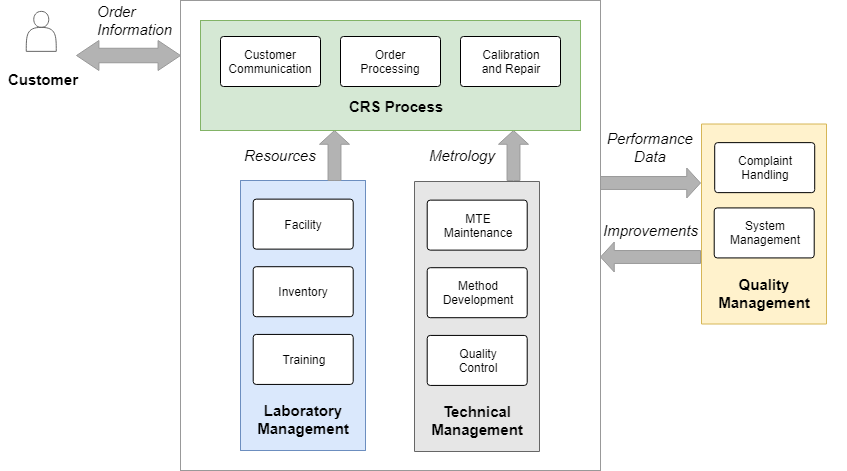
Before: CRS Processes 2019.png, a diagram exported from draw.io (Haori/test-one). Source tidied: cells renumbered, new cells last; positions are measured from the earlier drawing's top-left corner, leaving out a move shared by most shapes.
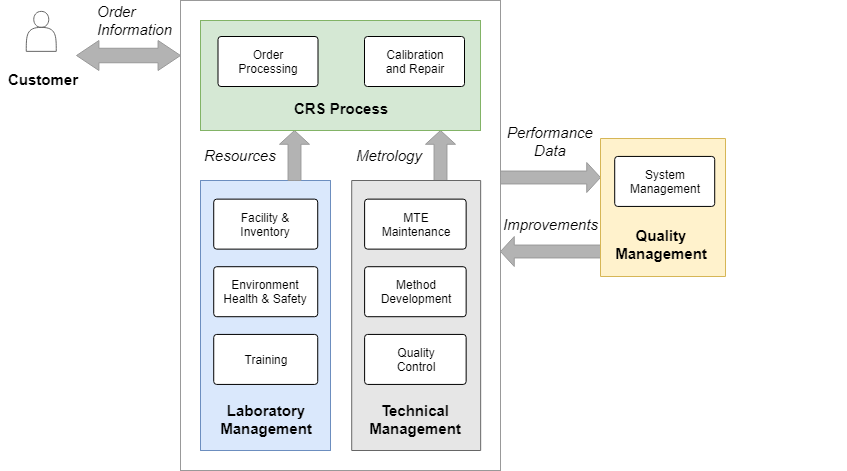
Later version of the same file.

Diff of the diagram source:
```diff
@@ -3,55 +3,46 @@
     <mxCell id="0" />
     <mxCell id="1" parent="0" />
     <mxCell id="2" style="whiteSpace=wrap;html=1;strokeColor=#999999;strokeWidth=1;fillColor=none;gradientColor=none;fontSize=15;" parent="1" vertex="1">
-      <mxGeometry x="180" width="420" height="470" as="geometry" />
+      <mxGeometry x="180" width="320" height="470" as="geometry" />
     </mxCell>
     <mxCell id="3" style="group;" parent="1" vertex="1">
-      <mxGeometry x="240" y="180" width="125" height="270" as="geometry" />
+      <mxGeometry x="200" y="180" width="130" height="270" as="geometry" />
     </mxCell>
     <mxCell id="4" style="group;fillColor=#dae8fc;strokeColor=#6c8ebf;" parent="3" vertex="1">
-      <mxGeometry width="125" height="270" as="geometry" />
+      <mxGeometry width="130" height="270" as="geometry" />
     </mxCell>
     <mxCell id="5" style="whiteSpace=wrap;html=1;fillColor=#dae8fc;strokeColor=#6c8ebf;direction=south;" parent="3" vertex="1">
-      <mxGeometry width="125" height="270" as="geometry" />
+      <mxGeometry width="130" height="270" as="geometry" />
     </mxCell>
-    <mxCell id="6" value="Facility" style="strokeWidth=1;html=1;shape=mxgraph.flowchart.process;whiteSpace=wrap;" parent="3" vertex="1">
-      <mxGeometry x="12.7" y="18.6" width="100" height="50" as="geometry" />
+    <mxCell id="6" value="Facility &amp;amp;&lt;br&gt;Inventory&lt;br&gt;" style="strokeWidth=1;html=1;shape=mxgraph.flowchart.process;whiteSpace=wrap;" parent="3" vertex="1">
+      <mxGeometry x="13.2" y="18.6" width="104" height="50" as="geometry" />
     </mxCell>
     <mxCell id="7" value="Training" style="strokeWidth=1;html=1;shape=mxgraph.flowchart.process;whiteSpace=wrap;" parent="3" vertex="1">
-      <mxGeometry x="12.7" y="153.9" width="100" height="50" as="geometry" />
+      <mxGeometry x="13.2" y="153.9" width="104" height="50" as="geometry" />
     </mxCell>
-    <mxCell id="8" value="Inventory" style="strokeWidth=1;html=1;shape=mxgraph.flowchart.process;whiteSpace=wrap;direction=west;" parent="3" vertex="1">
-      <mxGeometry x="12.7" y="86.2" width="100" height="50" as="geometry" />
+    <mxCell id="8" value="Environment&lt;br&gt;Health &amp;amp; Safety&lt;br&gt;" style="strokeWidth=1;html=1;shape=mxgraph.flowchart.process;whiteSpace=wrap;direction=west;" parent="3" vertex="1">
+      <mxGeometry x="13.2" y="86.2" width="104" height="50" as="geometry" />
     </mxCell>
     <mxCell id="9" value="&lt;font style=&quot;font-size: 15px&quot;&gt;&lt;b&gt;Laboratory&lt;/b&gt;&lt;/font&gt;&lt;div&gt;&lt;font style=&quot;font-size: 15px&quot;&gt;&lt;b&gt;Management&lt;/b&gt;&lt;/font&gt;&lt;/div&gt;" style="text;html=1;strokeColor=none;fillColor=none;align=center;verticalAlign=middle;whiteSpace=wrap;" parent="3" vertex="1">
-      <mxGeometry x="13" y="219" width="100" height="40" as="geometry" />
+      <mxGeometry x="13.5" y="219" width="104" height="40" as="geometry" />
     </mxCell>
     <mxCell id="10" value="&lt;i&gt;Resources&lt;/i&gt;" style="verticalLabelPosition=middle;verticalAlign=middle;html=1;strokeWidth=1;shape=mxgraph.arrows2.arrow;dy=0.57;dx=13.75;notch=0;fillColor=#B3B3B3;gradientColor=none;fontSize=15;direction=north;labelPosition=left;align=right;strokeColor=#999999;" parent="1" vertex="1">
-      <mxGeometry x="319" y="130" width="30" height="50" as="geometry" />
+      <mxGeometry x="279" y="130" width="30" height="50" as="geometry" />
     </mxCell>
     <mxCell id="11" value="&lt;i&gt;Metrology&lt;/i&gt;" style="verticalLabelPosition=middle;verticalAlign=middle;html=1;strokeWidth=1;shape=mxgraph.arrows2.arrow;dy=0.57;dx=13.75;notch=0;fillColor=#B3B3B3;gradientColor=none;fontSize=15;direction=north;labelPosition=left;align=right;strokeColor=#999999;" parent="1" vertex="1">
-      <mxGeometry x="498" y="130" width="30" height="50" as="geometry" />
+      <mxGeometry x="425" y="130" width="30" height="50" as="geometry" />
     </mxCell>
-    <mxCell id="12" value="&lt;i&gt;&lt;font style=&quot;font-size: 15px&quot;&gt;Improvements&lt;/font&gt;&lt;/i&gt;" style="verticalLabelPosition=top;verticalAlign=bottom;html=1;strokeWidth=1;shape=mxgraph.arrows2.arrow;dy=0.57;dx=13.75;notch=0;fillColor=#B3B3B3;gradientColor=none;fontSize=15;direction=west;labelPosition=center;align=center;strokeColor=#999999;" parent="1" vertex="1">
-      <mxGeometry x="600" y="241.5" width="100" height="30" as="geometry" />
-    </mxCell>
-    <mxCell id="13" value="&lt;i&gt;&lt;font style=&quot;font-size: 15px&quot;&gt;Performance&lt;/font&gt;&lt;/i&gt;&lt;div&gt;&lt;i&gt;&lt;font style=&quot;font-size: 15px&quot;&gt;Data&lt;/font&gt;&lt;/i&gt;&lt;/div&gt;" style="verticalLabelPosition=top;verticalAlign=bottom;html=1;strokeWidth=1;shape=mxgraph.arrows2.arrow;dy=0.57;dx=13.75;notch=0;fillColor=#B3B3B3;gradientColor=none;fontSize=15;direction=east;labelPosition=center;align=center;strokeColor=#999999;" parent="1" vertex="1">
-      <mxGeometry x="600" y="167.5" width="100" height="30" as="geometry" />
-    </mxCell>
     <mxCell id="14" style="group;" parent="1" vertex="1">
       <mxGeometry x="200" y="20" width="380" height="110" as="geometry" />
     </mxCell>
     <mxCell id="15" style="whiteSpace=wrap;html=1;fillColor=#d5e8d4;strokeColor=#82b366;fontStyle=4;" parent="14" vertex="1">
-      <mxGeometry width="380" height="110" as="geometry" />
+      <mxGeometry width="280" height="110" as="geometry" />
     </mxCell>
     <mxCell id="16" value="Order&lt;div&gt;&lt;span&gt;Processing&lt;/span&gt;&lt;/div&gt;" style="strokeWidth=1;html=1;shape=mxgraph.flowchart.process;whiteSpace=wrap;fillColor=#ffffff;strokeColor=#000000;gradientDirection=east;fontStyle=0;" parent="14" vertex="1">
-      <mxGeometry x="140" y="16" width="100" height="50" as="geometry" />
+      <mxGeometry x="17.5" y="16" width="100" height="50" as="geometry" />
     </mxCell>
-    <mxCell id="17" value="Customer&lt;div&gt;Communication&lt;/div&gt;" style="strokeWidth=1;html=1;shape=mxgraph.flowchart.process;whiteSpace=wrap;fillColor=#ffffff;strokeColor=#000000;gradientDirection=east;fontStyle=0;" parent="14" vertex="1">
-      <mxGeometry x="20" y="16" width="100" height="50" as="geometry" />
-    </mxCell>
     <mxCell id="18" value="&lt;font style=&quot;font-size: 15px&quot;&gt;&lt;b&gt;CRS Process&lt;/b&gt;&lt;/font&gt;" style="text;html=1;strokeColor=none;fillColor=none;align=center;verticalAlign=middle;whiteSpace=wrap;" parent="14" vertex="1">
-      <mxGeometry x="140" y="76" width="110" height="20" as="geometry" />
+      <mxGeometry x="85" y="78" width="110" height="20" as="geometry" />
     </mxCell>
     <mxCell id="19" style="group;" parent="1" vertex="1">
       <mxGeometry width="250" height="91" as="geometry" />
@@ -74,38 +65,41 @@
     <mxCell id="25" style="group;" parent="1" vertex="1">
       <mxGeometry x="721" y="62" width="125" height="270" as="geometry" />
     </mxCell>
-    <mxCell id="26" style="whiteSpace=wrap;html=1;fillColor=#fff2cc;strokeColor=#d6b656;direction=south;" parent="25" vertex="1">
-      <mxGeometry x="-20" y="61.5" width="125" height="200" as="geometry" />
-    </mxCell>
-    <mxCell id="27" value="Complaint&lt;div&gt;Handling&lt;/div&gt;" style="strokeWidth=1;html=1;shape=mxgraph.flowchart.process;whiteSpace=wrap;" parent="25" vertex="1">
-      <mxGeometry x="-6.8" y="80.1" width="100" height="50" as="geometry" />
-    </mxCell>
-    <mxCell id="28" value="System&lt;div&gt;Management&lt;/div&gt;" style="strokeWidth=1;html=1;shape=mxgraph.flowchart.process;whiteSpace=wrap;" parent="25" vertex="1">
-      <mxGeometry x="-7.3" y="145.4" width="100" height="50" as="geometry" />
-    </mxCell>
-    <mxCell id="29" value="&lt;font style=&quot;font-size: 15px&quot;&gt;&lt;b&gt;Quality&lt;/b&gt;&lt;/font&gt;&lt;div&gt;&lt;font style=&quot;font-size: 15px&quot;&gt;&lt;b&gt;Management&lt;/b&gt;&lt;/font&gt;&lt;/div&gt;" style="text;html=1;strokeColor=none;fillColor=none;align=center;verticalAlign=middle;whiteSpace=wrap;" parent="25" vertex="1">
-      <mxGeometry x="-7" y="210.5" width="100" height="40" as="geometry" />
-    </mxCell>
     <mxCell id="30" style="group;" parent="1" vertex="1">
-      <mxGeometry x="414" y="181" width="145" height="289" as="geometry" />
+      <mxGeometry x="338" y="180" width="132" height="289" as="geometry" />
     </mxCell>
     <mxCell id="31" style="whiteSpace=wrap;html=1;fillColor=#E6E6E6;strokeColor=#666666;direction=south;" parent="30" vertex="1">
-      <mxGeometry width="125" height="270" as="geometry" />
+      <mxGeometry x="13.2" width="129" height="270" as="geometry" />
     </mxCell>
     <mxCell id="32" value="MTE&lt;div&gt;Maintenance&lt;/div&gt;" style="strokeWidth=1;html=1;shape=mxgraph.flowchart.process;whiteSpace=wrap;" parent="30" vertex="1">
-      <mxGeometry x="12.7" y="18.6" width="100" height="50" as="geometry" />
+      <mxGeometry x="26.1" y="18.6" width="101.5" height="50" as="geometry" />
     </mxCell>
     <mxCell id="33" value="Quality&lt;div&gt;Control&lt;/div&gt;" style="strokeWidth=1;html=1;shape=mxgraph.flowchart.process;whiteSpace=wrap;" parent="30" vertex="1">
-      <mxGeometry x="12.7" y="153.9" width="100" height="50" as="geometry" />
+      <mxGeometry x="26.1" y="153.9" width="101.5" height="50" as="geometry" />
     </mxCell>
     <mxCell id="34" value="Method&lt;div&gt;Development&lt;/div&gt;" style="strokeWidth=1;html=1;shape=mxgraph.flowchart.process;whiteSpace=wrap;direction=west;" parent="30" vertex="1">
-      <mxGeometry x="12.7" y="86.2" width="100" height="50" as="geometry" />
+      <mxGeometry x="26.1" y="86.2" width="101.5" height="50" as="geometry" />
     </mxCell>
     <mxCell id="35" value="&lt;font style=&quot;font-size: 15px&quot;&gt;&lt;b&gt;Technical Management&lt;/b&gt;&lt;/font&gt;" style="text;html=1;strokeColor=none;fillColor=none;align=center;verticalAlign=middle;whiteSpace=wrap;" parent="30" vertex="1">
-      <mxGeometry x="13" y="219" width="100" height="40" as="geometry" />
+      <mxGeometry x="26.4" y="219" width="101.5" height="40" as="geometry" />
     </mxCell>
     <mxCell id="36" value="Calibration&lt;br&gt;and Repair&lt;br&gt;" style="strokeWidth=1;html=1;shape=mxgraph.flowchart.process;whiteSpace=wrap;fillColor=#ffffff;strokeColor=#000000;gradientDirection=east;fontStyle=0;" parent="1" vertex="1">
-      <mxGeometry x="460" y="36" width="100" height="50" as="geometry" />
+      <mxGeometry x="364" y="36" width="100" height="50" as="geometry" />
     </mxCell>
+    <mxCell id="12" value="&lt;i&gt;&lt;font style=&quot;font-size: 15px&quot;&gt;Improvements&lt;/font&gt;&lt;/i&gt;" style="verticalLabelPosition=top;verticalAlign=bottom;html=1;strokeWidth=1;shape=mxgraph.arrows2.arrow;dy=0.57;dx=13.75;notch=0;fillColor=#B3B3B3;gradientColor=none;fontSize=15;direction=west;labelPosition=center;align=center;strokeColor=#999999;" parent="1" vertex="1">
+      <mxGeometry x="500" y="236" width="100" height="30" as="geometry" />
+    </mxCell>
+    <mxCell id="13" value="&lt;i&gt;&lt;font style=&quot;font-size: 15px&quot;&gt;Performance&lt;/font&gt;&lt;/i&gt;&lt;div&gt;&lt;i&gt;&lt;font style=&quot;font-size: 15px&quot;&gt;Data&lt;/font&gt;&lt;/i&gt;&lt;/div&gt;" style="verticalLabelPosition=top;verticalAlign=bottom;html=1;strokeWidth=1;shape=mxgraph.arrows2.arrow;dy=0.57;dx=13.75;notch=0;fillColor=#B3B3B3;gradientColor=none;fontSize=15;direction=east;labelPosition=center;align=center;strokeColor=#999999;" parent="1" vertex="1">
+      <mxGeometry x="500" y="162" width="100" height="30" as="geometry" />
+    </mxCell>
+    <mxCell id="26" style="whiteSpace=wrap;html=1;fillColor=#fff2cc;strokeColor=#d6b656;direction=south;" parent="1" vertex="1">
+      <mxGeometry x="600" y="138" width="125" height="138" as="geometry" />
+    </mxCell>
+    <mxCell id="28" value="System&lt;div&gt;Management&lt;/div&gt;" style="strokeWidth=1;html=1;shape=mxgraph.flowchart.process;whiteSpace=wrap;" parent="1" vertex="1">
+      <mxGeometry x="614.2" y="155.9" width="100" height="50" as="geometry" />
+    </mxCell>
+    <mxCell id="29" value="&lt;font style=&quot;font-size: 15px&quot;&gt;&lt;b&gt;Quality&lt;/b&gt;&lt;/font&gt;&lt;div&gt;&lt;font style=&quot;font-size: 15px&quot;&gt;&lt;b&gt;Management&lt;/b&gt;&lt;/font&gt;&lt;/div&gt;" style="text;html=1;strokeColor=none;fillColor=none;align=center;verticalAlign=middle;whiteSpace=wrap;" parent="1" vertex="1">
+      <mxGeometry x="610.5" y="224" width="100" height="40" as="geometry" />
+    </mxCell>
   </root>
 </mxGraphModel>
```
